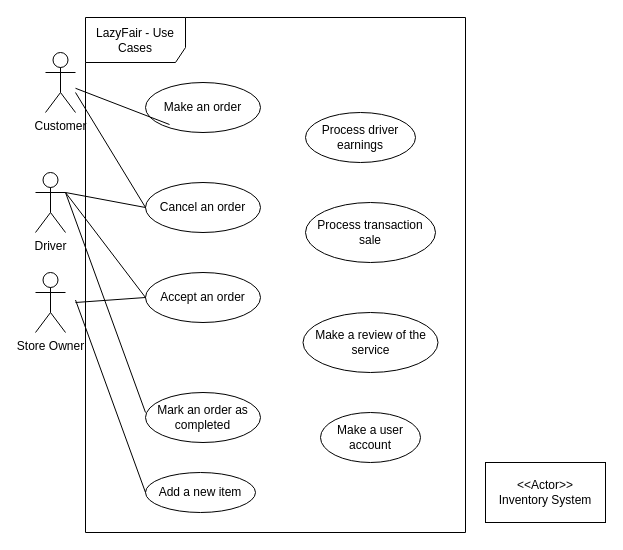
antonykimuom/SWEN30006-2025-SM1-workshop1-tuew05-14-00-team-12 keeps this draw.io diagram as Workshop 1 Use Case Diagram.drawio. Above is the earlier version. Source tidied: cells renumbered, new cells numbered last; positions are measured from the earlier drawing's top-left corner, leaving out a move shared by most shapes. Both pictures are drawn from the tidied source at 100%, with x=0, y=0 at pixel (35, 17).
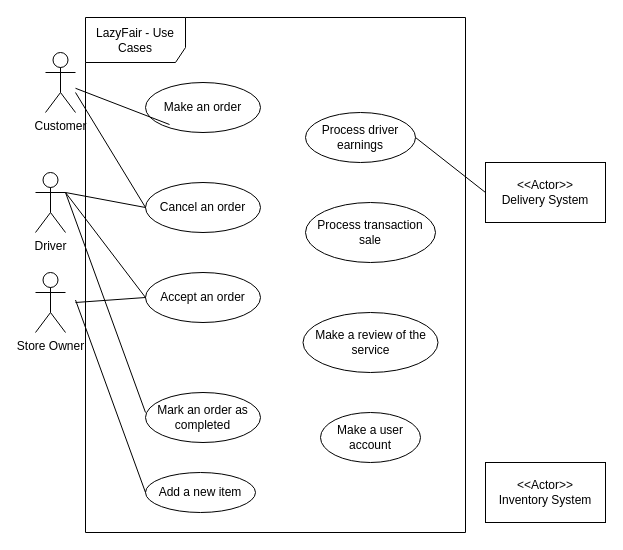
The same diagram, later.

Commit message:
added delivery system

The change refers to these unchanged cells:
```xml
<mxCell id="21" value="Process driver earnings" style="ellipse;whiteSpace=wrap;html=1;" parent="1" vertex="1">
  <mxGeometry x="270" y="95" width="110" height="50" as="geometry" />
</mxCell>
```

The edit, as a diff of the source:
```diff
@@
+    <mxCell id="23" value="&amp;lt;&amp;lt;Actor&amp;gt;&amp;gt;&lt;div&gt;Delivery System&lt;/div&gt;" style="rounded=0;whiteSpace=wrap;html=1;" parent="1" vertex="1">
+      <mxGeometry x="450" y="145" width="120" height="60" as="geometry" />
+    </mxCell>
+    <mxCell id="24" style="endArrow=none;html=1;rounded=0;entryX=0;entryY=0.5;entryDx=0;entryDy=0;exitX=1;exitY=0.5;exitDx=0;exitDy=0;" parent="1" edge="1" source="21" target="23">
+      <mxGeometry relative="1" as="geometry" />
+    </mxCell>
```
